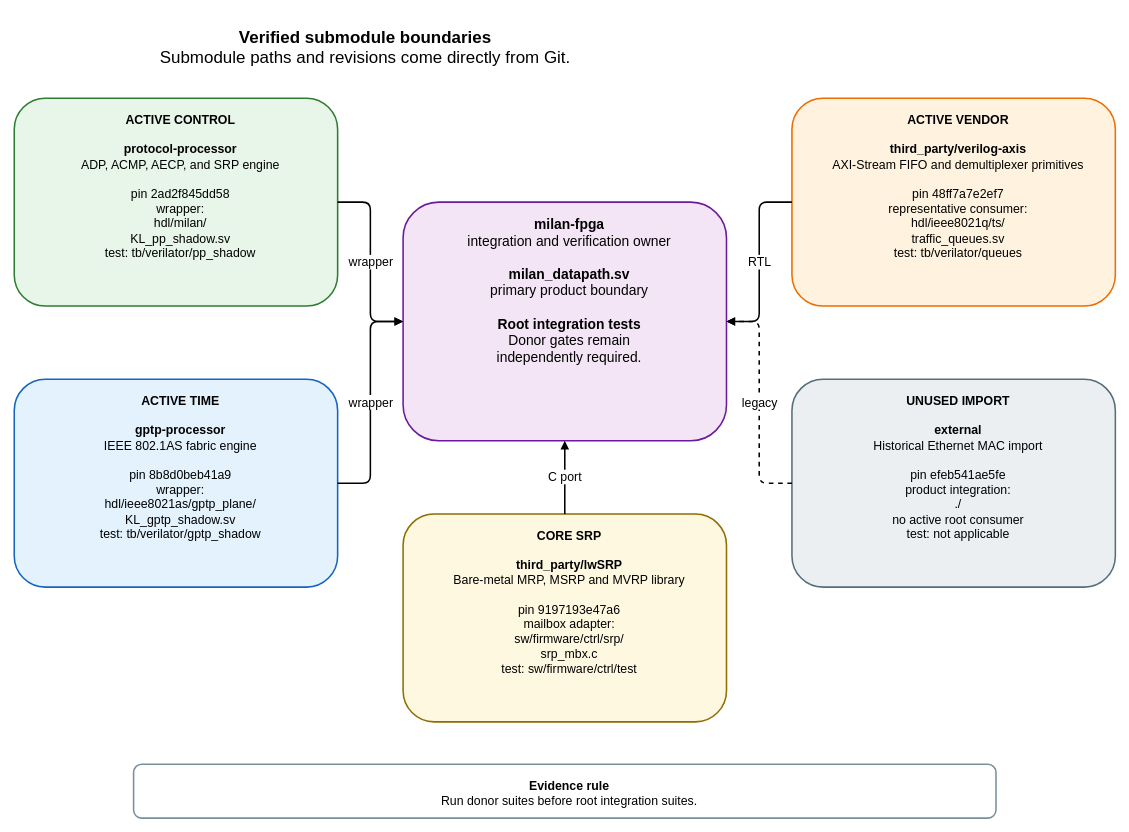
kebag-logic/milan-fpga keeps this draw.io diagram as docs/diagrams/submodule_boundaries.drawio. Above is the earlier version. Source tidied: cells renumbered, new cells numbered last; positions are measured from the earlier drawing's top-left corner, leaving out a move shared by most shapes. Both pictures are drawn from the tidied source at 77%, with x=0, y=0 at pixel (14, 13).
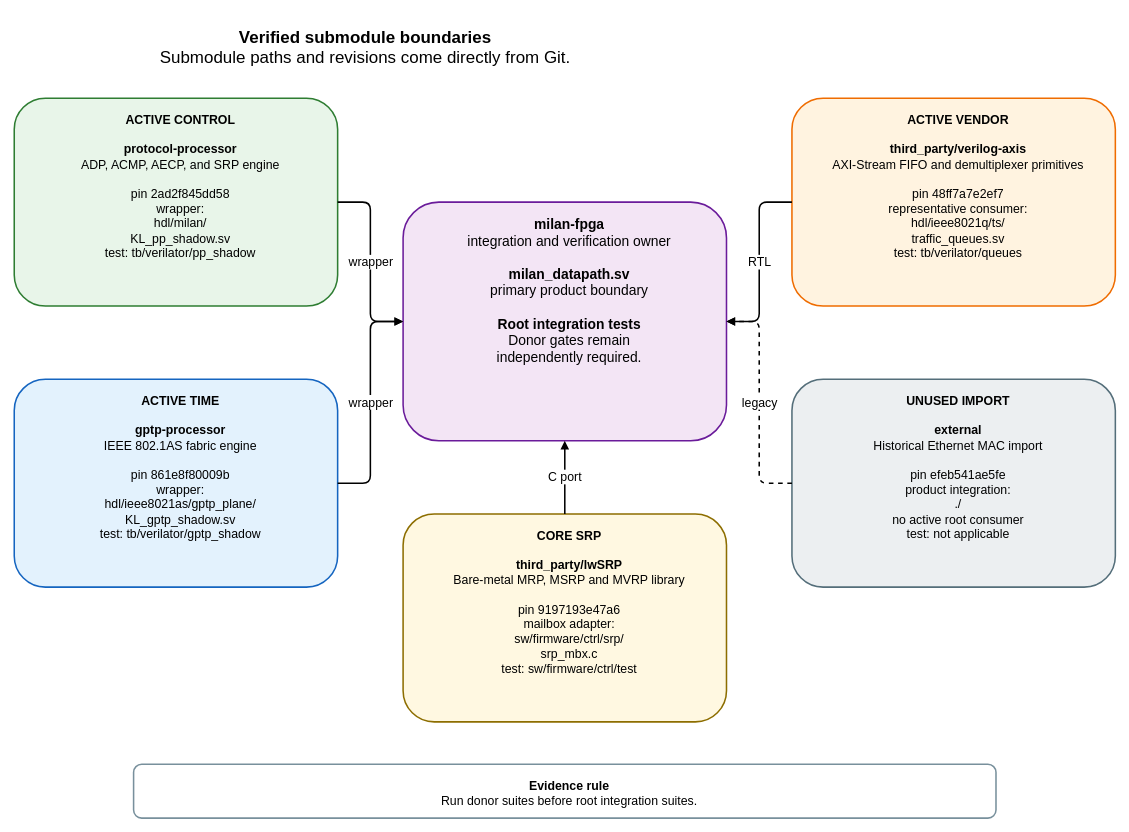
The same diagram, later.

Change to the diagram source:
```diff
@@
 <mxGraphModel>
   <root>
     <mxCell id="0" />
     <mxCell id="1" parent="0" />
     <mxCell id="2" value="&lt;b&gt;Verified submodule boundaries&lt;/b&gt;&lt;br&gt;Submodule paths and revisions come directly from Git." style="rounded=1;whiteSpace=wrap;html=1;verticalAlign=top;spacingTop=12;spacingLeft=12;fontSize=22;fontFamily=Helvetica;fillColor=none;strokeColor=none;strokeWidth=2;" parent="1" vertex="1">
       <mxGeometry width="900" height="65" as="geometry" />
     </mxCell>
     <mxCell id="3" value="&lt;b&gt;milan-fpga&lt;/b&gt;&lt;br&gt;integration and verification owner&lt;br&gt;&lt;br&gt;&lt;b&gt;milan_datapath.sv&lt;/b&gt;&lt;br&gt;primary product boundary&lt;br&gt;&lt;br&gt;&lt;b&gt;Root integration tests&lt;/b&gt;&lt;br&gt;Donor gates remain&lt;br&gt;independently required." style="rounded=1;whiteSpace=wrap;html=1;verticalAlign=top;spacingTop=12;spacingLeft=12;fontSize=18;fontFamily=Helvetica;fillColor=#F3E5F5;strokeColor=#6A1B9A;strokeWidth=2;" parent="1" vertex="1">
       <mxGeometry x="505" y="245" width="420" height="310" as="geometry" />
     </mxCell>
     <mxCell id="4" value="&lt;b&gt;ACTIVE CONTROL&lt;/b&gt;&lt;br&gt;&lt;br&gt;&lt;b&gt;protocol-processor&lt;/b&gt;&lt;br&gt;ADP, ACMP, AECP, and SRP engine&lt;br&gt;&lt;br&gt;pin 2ad2f845dd58&lt;br&gt;wrapper:&lt;br&gt;hdl/milan/&lt;br&gt;KL_pp_shadow.sv&lt;br&gt;test: tb/verilator/pp_shadow" style="rounded=1;whiteSpace=wrap;html=1;verticalAlign=top;spacingTop=12;spacingLeft=12;fontSize=16;fontFamily=Helvetica;fillColor=#E8F5E9;strokeColor=#2E7D32;strokeWidth=2;" parent="1" vertex="1">
       <mxGeometry y="110" width="420" height="270" as="geometry" />
     </mxCell>
-    <mxCell id="5" value="&lt;b&gt;ACTIVE TIME&lt;/b&gt;&lt;br&gt;&lt;br&gt;&lt;b&gt;gptp-processor&lt;/b&gt;&lt;br&gt;IEEE 802.1AS fabric engine&lt;br&gt;&lt;br&gt;pin 8b8d0beb41a9&lt;br&gt;wrapper:&lt;br&gt;hdl/ieee8021as/gptp_plane/&lt;br&gt;KL_gptp_shadow.sv&lt;br&gt;test: tb/verilator/gptp_shadow" style="rounded=1;whiteSpace=wrap;html=1;verticalAlign=top;spacingTop=12;spacingLeft=12;fontSize=16;fontFamily=Helvetica;fillColor=#E3F2FD;strokeColor=#1565C0;strokeWidth=2;" parent="1" vertex="1">
+    <mxCell id="5" value="&lt;b&gt;ACTIVE TIME&lt;/b&gt;&lt;br&gt;&lt;br&gt;&lt;b&gt;gptp-processor&lt;/b&gt;&lt;br&gt;IEEE 802.1AS fabric engine&lt;br&gt;&lt;br&gt;pin 861e8f80009b&lt;br&gt;wrapper:&lt;br&gt;hdl/ieee8021as/gptp_plane/&lt;br&gt;KL_gptp_shadow.sv&lt;br&gt;test: tb/verilator/gptp_shadow" style="rounded=1;whiteSpace=wrap;html=1;verticalAlign=top;spacingTop=12;spacingLeft=12;fontSize=16;fontFamily=Helvetica;fillColor=#E3F2FD;strokeColor=#1565C0;strokeWidth=2;" parent="1" vertex="1">
       <mxGeometry y="475" width="420" height="270" as="geometry" />
     </mxCell>
     <mxCell id="6" value="&lt;b&gt;ACTIVE VENDOR&lt;/b&gt;&lt;br&gt;&lt;br&gt;&lt;b&gt;third_party/verilog-axis&lt;/b&gt;&lt;br&gt;AXI-Stream FIFO and demultiplexer primitives&lt;br&gt;&lt;br&gt;pin 48ff7a7e2ef7&lt;br&gt;representative consumer:&lt;br&gt;hdl/ieee8021q/ts/&lt;br&gt;traffic_queues.sv&lt;br&gt;test: tb/verilator/queues" style="rounded=1;whiteSpace=wrap;html=1;verticalAlign=top;spacingTop=12;spacingLeft=12;fontSize=16;fontFamily=Helvetica;fillColor=#FFF3E0;strokeColor=#EF6C00;strokeWidth=2;" parent="1" vertex="1">
       <mxGeometry x="1010" y="110" width="420" height="270" as="geometry" />
     </mxCell>
     <mxCell id="7" value="&lt;b&gt;UNUSED IMPORT&lt;/b&gt;&lt;br&gt;&lt;br&gt;&lt;b&gt;external&lt;/b&gt;&lt;br&gt;Historical Ethernet MAC import&lt;br&gt;&lt;br&gt;pin efeb541ae5fe&lt;br&gt;product integration:&lt;br&gt;./&lt;br&gt;no active root consumer&lt;br&gt;test: not applicable" style="rounded=1;whiteSpace=wrap;html=1;verticalAlign=top;spacingTop=12;spacingLeft=12;fontSize=16;fontFamily=Helvetica;fillColor=#ECEFF1;strokeColor=#546E7A;strokeWidth=2;" parent="1" vertex="1">
       <mxGeometry x="1010" y="475" width="420" height="270" as="geometry" />
     </mxCell>
     <mxCell id="8" value="&lt;b&gt;CORE SRP&lt;/b&gt;&lt;br&gt;&lt;br&gt;&lt;b&gt;third_party/lwSRP&lt;/b&gt;&lt;br&gt;Bare-metal MRP, MSRP and MVRP library&lt;br&gt;&lt;br&gt;pin 9197193e47a6&lt;br&gt;mailbox adapter:&lt;br&gt;sw/firmware/ctrl/srp/&lt;br&gt;srp_mbx.c&lt;br&gt;test: sw/firmware/ctrl/test" style="rounded=1;whiteSpace=wrap;html=1;verticalAlign=top;spacingTop=12;spacingLeft=12;fontSize=16;fontFamily=Helvetica;fillColor=#FFF8E1;strokeColor=#8D6E00;strokeWidth=2;" parent="1" vertex="1">
       <mxGeometry x="505" y="650" width="420" height="270" as="geometry" />
     </mxCell>
     <mxCell id="9" value="wrapper" style="edgeStyle=orthogonalEdgeStyle;rounded=1;jettySize=auto;html=1;endArrow=block;endFill=1;strokeWidth=2;fontSize=16;fontFamily=Helvetica;labelBackgroundColor=#FFFFFF;" parent="1" edge="1" source="4" target="3">
       <mxGeometry relative="1" as="geometry" />
     </mxCell>
     <mxCell id="10" value="wrapper" style="edgeStyle=orthogonalEdgeStyle;rounded=1;jettySize=auto;html=1;endArrow=block;endFill=1;strokeWidth=2;fontSize=16;fontFamily=Helvetica;labelBackgroundColor=#FFFFFF;" parent="1" edge="1" source="5" target="3">
       <mxGeometry relative="1" as="geometry" />
     </mxCell>
     <mxCell id="11" value="RTL" style="edgeStyle=orthogonalEdgeStyle;rounded=1;jettySize=auto;html=1;endArrow=block;endFill=1;strokeWidth=2;fontSize=16;fontFamily=Helvetica;labelBackgroundColor=#FFFFFF;" parent="1" edge="1" source="6" target="3">
       <mxGeometry relative="1" as="geometry" />
     </mxCell>
     <mxCell id="12" value="legacy" style="edgeStyle=orthogonalEdgeStyle;rounded=1;jettySize=auto;html=1;endArrow=block;endFill=1;strokeWidth=2;fontSize=16;fontFamily=Helvetica;labelBackgroundColor=#FFFFFF;dashed=1;" parent="1" edge="1" source="7" target="3">
       <mxGeometry relative="1" as="geometry" />
     </mxCell>
     <mxCell id="13" value="C port" style="edgeStyle=orthogonalEdgeStyle;rounded=1;jettySize=auto;html=1;endArrow=block;endFill=1;strokeWidth=2;fontSize=16;fontFamily=Helvetica;labelBackgroundColor=#FFFFFF;" parent="1" edge="1" source="8" target="3">
       <mxGeometry relative="1" as="geometry" />
     </mxCell>
     <mxCell id="14" value="&lt;b&gt;Evidence rule&lt;/b&gt;&lt;br&gt;Run donor suites before root integration suites." style="rounded=1;whiteSpace=wrap;html=1;verticalAlign=top;spacingTop=12;spacingLeft=12;fontSize=16;fontFamily=Helvetica;fillColor=#FFFFFF;strokeColor=#78909C;strokeWidth=2;" parent="1" vertex="1">
       <mxGeometry x="155" y="975" width="1120" height="70" as="geometry" />
     </mxCell>
   </root>
 </mxGraphModel>
```
